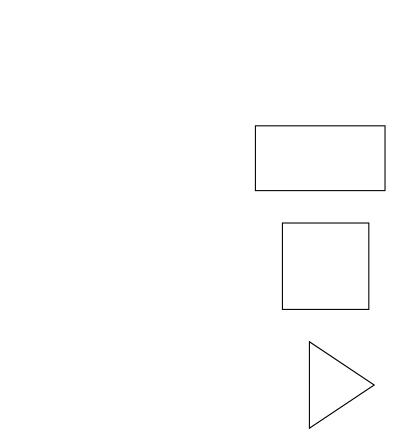
The draw.io diagram sample.drawio in divyajaini789/Lesson-1-Intro-to-Python, before the edit. Source tidied: cells renumbered, new cells numbered last; positions are measured from the earlier drawing's top-left corner, leaving out a move shared by most shapes. Both pictures are drawn from the tidied source at 108%, with x=0, y=0 at pixel (255, 125).
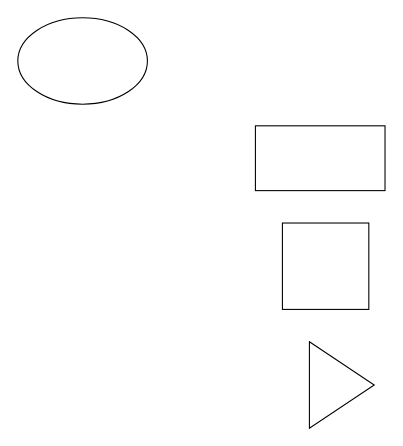
The same page after the edit.

Diff of the diagram source:
```diff
@@
 <mxGraphModel>
   <root>
     <mxCell id="0" />
     <mxCell id="1" parent="0" />
     <mxCell id="2" style="rounded=0;whiteSpace=wrap;html=1;" parent="1" vertex="1">
       <mxGeometry width="120" height="60" as="geometry" />
     </mxCell>
     <mxCell id="3" style="whiteSpace=wrap;html=1;" parent="1" vertex="1">
       <mxGeometry x="25" y="90" width="80" height="80" as="geometry" />
     </mxCell>
     <mxCell id="4" style="triangle;whiteSpace=wrap;html=1;" parent="1" vertex="1">
       <mxGeometry x="50" y="200" width="60" height="80" as="geometry" />
     </mxCell>
+    <mxCell id="5" style="ellipse;whiteSpace=wrap;html=1;" parent="1" vertex="1">
+      <mxGeometry x="-220" y="-100" width="120" height="80" as="geometry" />
+    </mxCell>
   </root>
 </mxGraphModel>
```
